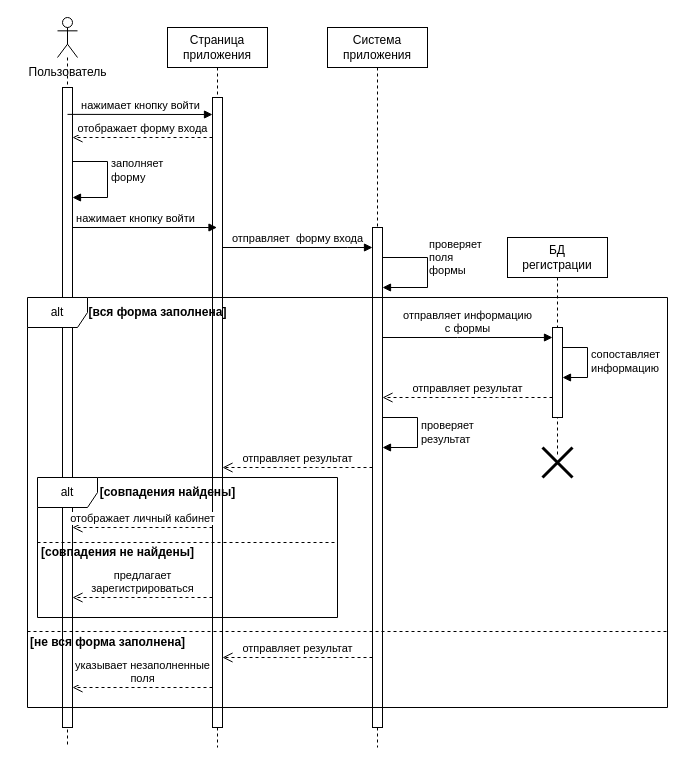
Above: Диаграмма без названия.drawio in Lastochcka/------- (draw.io), before the change. Source tidied: cells renumbered, new cells numbered last; positions are measured from the earlier drawing's top-left corner, leaving out a move shared by most shapes. Both pictures are drawn from the tidied source at 100%, with x=0, y=0 at pixel (17, 17).
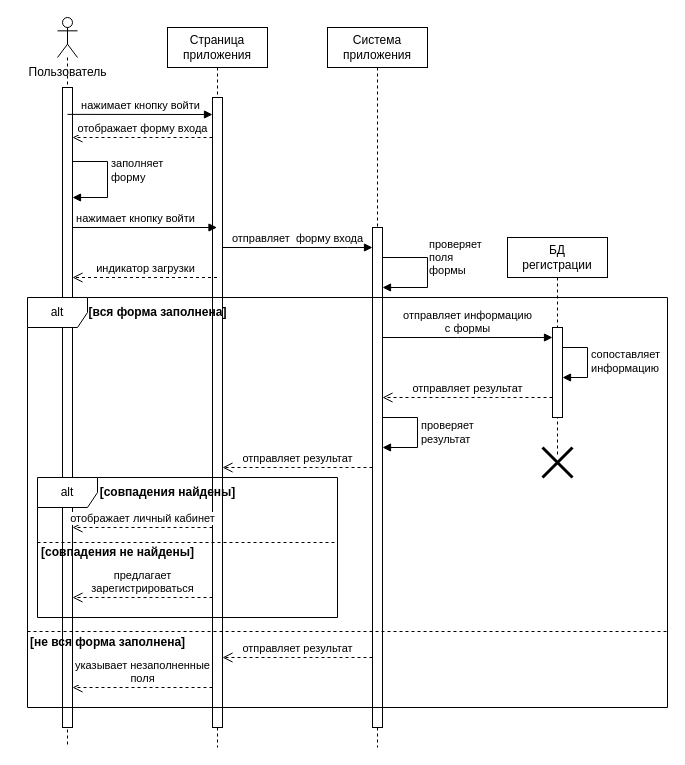
The same diagram, later.

The change refers to these unchanged cells:
```xml
<mxCell id="3" style="html=1;points=[];perimeter=orthogonalPerimeter;outlineConnect=0;targetShapes=umlLifeline;portConstraint=eastwest;newEdgeStyle={&quot;edgeStyle&quot;:&quot;elbowEdgeStyle&quot;,&quot;elbow&quot;:&quot;vertical&quot;,&quot;curved&quot;:0,&quot;rounded&quot;:0};" parent="2" vertex="1">
  <mxGeometry x="5" y="70" width="10" height="640" as="geometry" />
</mxCell>
<mxCell id="6" value="Страница приложения" style="shape=umlLifeline;perimeter=lifelinePerimeter;whiteSpace=wrap;html=1;outlineConnect=0;portConstraint=eastwest;newEdgeStyle={&quot;edgeStyle&quot;:&quot;elbowEdgeStyle&quot;,&quot;elbow&quot;:&quot;vertical&quot;,&quot;curved&quot;:0,&quot;rounded&quot;:0};" parent="1" vertex="1">
  <mxGeometry x="150" y="10" width="100" height="720" as="geometry" />
</mxCell>
```

Change to the diagram source:
```diff
@@
+    <mxCell id="35" value="индикатор загрузки" style="html=1;verticalAlign=bottom;endArrow=open;dashed=1;endSize=8;edgeStyle=elbowEdgeStyle;elbow=vertical;curved=0;rounded=0;" parent="1" edge="1" source="6" target="3">
+      <mxGeometry relative="1" as="geometry">
+        <Array as="points">
+          <mxPoint x="110" y="260" />
+        </Array>
+      </mxGeometry>
+    </mxCell>
```
